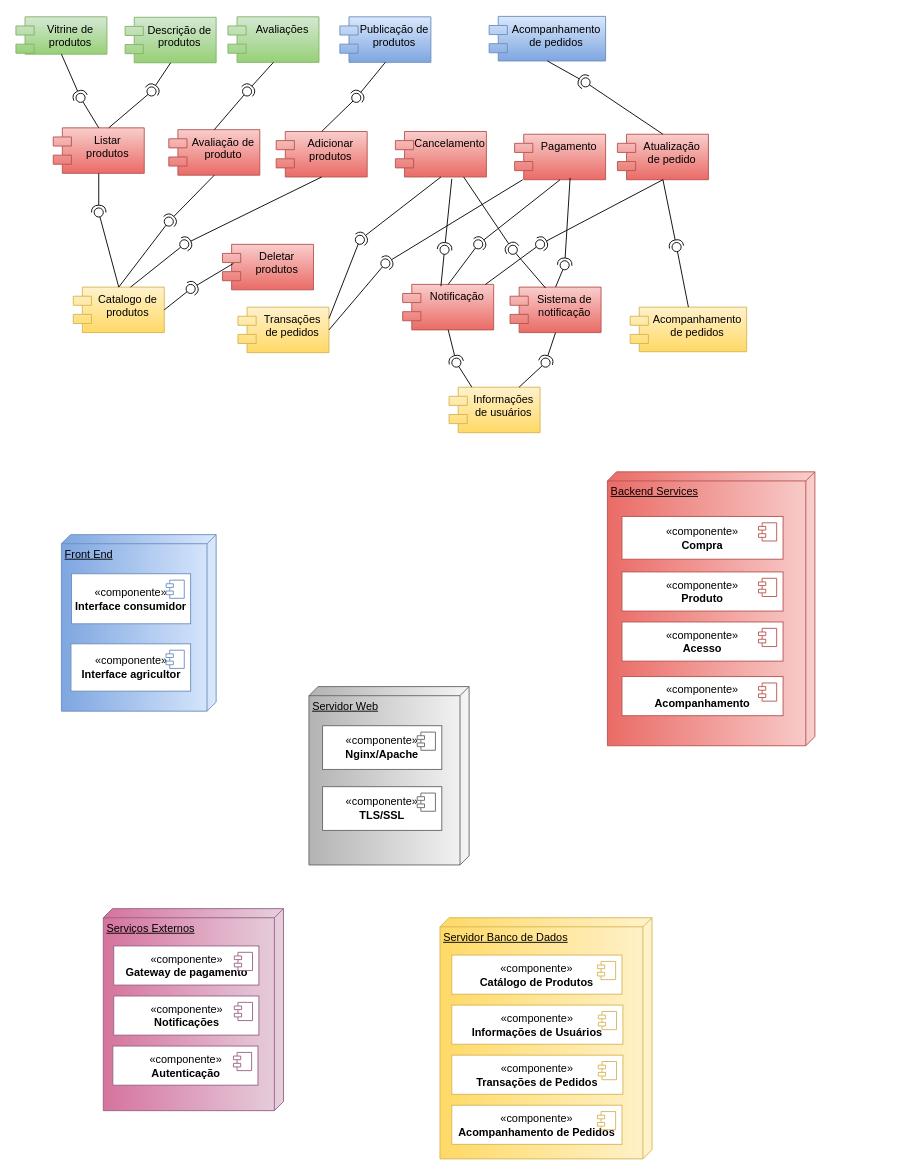
The draw.io diagram Diagrama sem nome.drawio in davimicale/Patinho-Feio-do-Legume, before the edit. Source tidied: cells renumbered, new cells numbered last; positions are measured from the earlier drawing's top-left corner, leaving out a move shared by most shapes. Both pictures are drawn from the tidied source at 91%, with x=0, y=0 at pixel (15, 15).
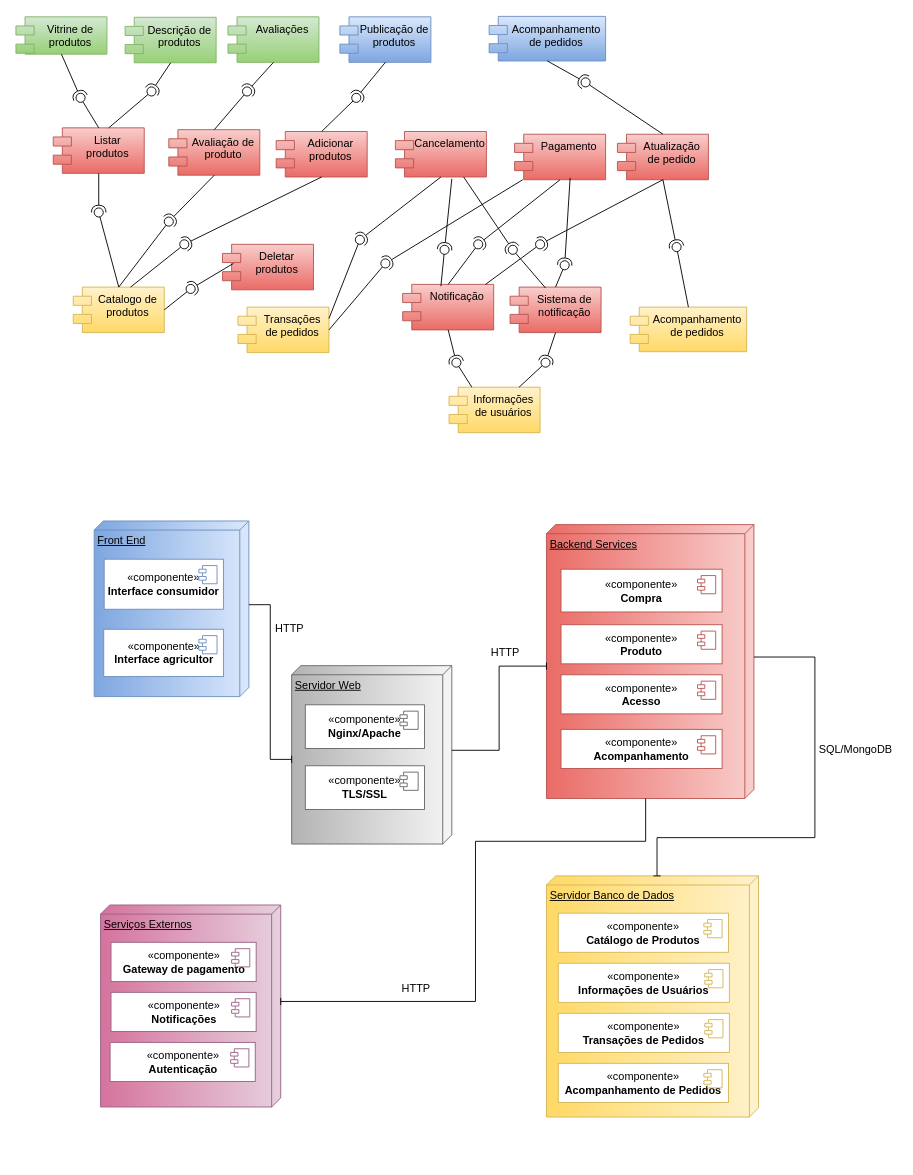
Above is the later version.

The edit, as a diff of the source:
```diff
@@
     <mxCell id="77" value="Front End" style="verticalAlign=top;align=left;spacingTop=8;spacingLeft=2;spacingRight=12;shape=cube;size=10;direction=south;fontStyle=4;html=1;whiteSpace=wrap;fillColor=#dae8fc;gradientColor=#7ea6e0;strokeColor=#6C8EBF;" parent="1" vertex="1">
-      <mxGeometry x="50" y="570" width="170" height="194" as="geometry" />
+      <mxGeometry x="86" y="555" width="170" height="193" as="geometry" />
     </mxCell>
     <mxCell id="78" value="Servidor Web" style="verticalAlign=top;align=left;spacingTop=8;spacingLeft=2;spacingRight=12;shape=cube;size=10;direction=south;fontStyle=4;html=1;whiteSpace=wrap;fillColor=#f5f5f5;gradientColor=#b3b3b3;strokeColor=#666666;" parent="1" vertex="1">
-      <mxGeometry x="322" y="737" width="176" height="196" as="geometry" />
+      <mxGeometry x="303" y="714" width="176" height="196" as="geometry" />
     </mxCell>
     <mxCell id="79" value="Backend Services&lt;div&gt;&lt;br&gt;&lt;/div&gt;" style="verticalAlign=top;align=left;spacingTop=8;spacingLeft=2;spacingRight=12;shape=cube;size=10;direction=south;fontStyle=4;html=1;whiteSpace=wrap;fillColor=#f8cecc;strokeColor=#b85450;gradientColor=#ea6b66;" parent="1" vertex="1">
-      <mxGeometry x="650" y="501" width="228" height="301" as="geometry" />
+      <mxGeometry x="583" y="559" width="228" height="301" as="geometry" />
     </mxCell>
     <mxCell id="80" value="Servidor Banco de Dados" style="verticalAlign=top;align=left;spacingTop=8;spacingLeft=2;spacingRight=12;shape=cube;size=10;direction=south;fontStyle=4;html=1;whiteSpace=wrap;fillColor=#fff2cc;gradientColor=#ffd966;strokeColor=#D6B656;" parent="1" vertex="1">
-      <mxGeometry x="466" y="991" width="233" height="265" as="geometry" />
+      <mxGeometry x="583" y="945" width="233" height="265" as="geometry" />
     </mxCell>
     <mxCell id="81" value="Serviços Externos" style="verticalAlign=top;align=left;spacingTop=8;spacingLeft=2;spacingRight=12;shape=cube;size=10;direction=south;fontStyle=4;html=1;whiteSpace=wrap;fillColor=#e6d0de;strokeColor=#996185;gradientColor=#d5739d;" parent="1" vertex="1">
-      <mxGeometry x="96" y="981" width="198" height="222" as="geometry" />
+      <mxGeometry x="93" y="977" width="198" height="222" as="geometry" />
     </mxCell>
     <mxCell id="82" value="«componente»&lt;br&gt;&lt;b&gt;Interface consumidor&lt;/b&gt;" style="html=1;whiteSpace=wrap;strokeColor=#6C8EBF;" parent="1" vertex="1">
-      <mxGeometry x="61" y="613" width="131" height="55" as="geometry" />
+      <mxGeometry x="97" y="597" width="131" height="55" as="geometry" />
     </mxCell>
@@
     <mxCell id="84" value="«componente»&lt;br&gt;&lt;b&gt;Interface agricultor&lt;/b&gt;" style="html=1;whiteSpace=wrap;strokeColor=#6C8EBF;" parent="1" vertex="1">
-      <mxGeometry x="60.5" y="690" width="131.5" height="52" as="geometry" />
+      <mxGeometry x="96.5" y="674" width="131.5" height="52" as="geometry" />
     </mxCell>
@@
     <mxCell id="86" value="«componente»&lt;br&gt;&lt;b&gt;Compra&lt;/b&gt;" style="html=1;whiteSpace=wrap;strokeColor=#B85450;" parent="1" vertex="1">
-      <mxGeometry x="666" y="550" width="177" height="47" as="geometry" />
+      <mxGeometry x="599" y="608" width="177" height="47" as="geometry" />
     </mxCell>
@@
     <mxCell id="88" value="«componente»&lt;br&gt;&lt;b&gt;Produto&lt;/b&gt;" style="html=1;whiteSpace=wrap;strokeColor=#B85450;" parent="1" vertex="1">
-      <mxGeometry x="666" y="611" width="177" height="43" as="geometry" />
+      <mxGeometry x="599" y="669" width="177" height="43" as="geometry" />
     </mxCell>
@@
     <mxCell id="90" value="«componente»&lt;br&gt;&lt;b&gt;Acesso&lt;/b&gt;" style="html=1;whiteSpace=wrap;strokeColor=#B85450;" parent="1" vertex="1">
-      <mxGeometry x="666" y="666" width="177" height="43" as="geometry" />
+      <mxGeometry x="599" y="724" width="177" height="43" as="geometry" />
     </mxCell>
@@
     <mxCell id="92" value="«componente»&lt;br&gt;&lt;b&gt;Acompanhamento&lt;/b&gt;" style="html=1;whiteSpace=wrap;strokeColor=#B85450;" parent="1" vertex="1">
-      <mxGeometry x="666" y="726" width="177" height="43" as="geometry" />
+      <mxGeometry x="599" y="784" width="177" height="43" as="geometry" />
     </mxCell>
@@
     <mxCell id="94" value="«componente»&lt;br&gt;&lt;b&gt;Catálogo de Produtos&lt;/b&gt;" style="html=1;whiteSpace=wrap;strokeColor=#D6B656;" parent="1" vertex="1">
-      <mxGeometry x="479" y="1032" width="187" height="43" as="geometry" />
+      <mxGeometry x="596" y="986" width="187" height="43" as="geometry" />
     </mxCell>
@@
     <mxCell id="96" value="«componente»&lt;br&gt;&lt;b&gt;Informações de Usuários&lt;/b&gt;" style="html=1;whiteSpace=wrap;strokeColor=#D6B656;" parent="1" vertex="1">
-      <mxGeometry x="479" y="1087" width="188" height="43" as="geometry" />
+      <mxGeometry x="596" y="1041" width="188" height="43" as="geometry" />
     </mxCell>
@@
     <mxCell id="98" value="«componente»&lt;br&gt;&lt;b&gt;Transações de Pedidos&lt;/b&gt;" style="html=1;whiteSpace=wrap;strokeColor=#D6B656;" parent="1" vertex="1">
-      <mxGeometry x="479" y="1142" width="188" height="43" as="geometry" />
+      <mxGeometry x="596" y="1096" width="188" height="43" as="geometry" />
     </mxCell>
@@
     <mxCell id="100" value="«componente»&lt;br&gt;&lt;b&gt;Acompanhamento de Pedidos&lt;/b&gt;" style="html=1;whiteSpace=wrap;strokeColor=#D6B656;" parent="1" vertex="1">
-      <mxGeometry x="479" y="1197" width="187" height="43" as="geometry" />
+      <mxGeometry x="596" y="1151" width="187" height="43" as="geometry" />
     </mxCell>
@@
     <mxCell id="102" value="«componente»&lt;br&gt;&lt;b&gt;Nginx/Apache&lt;/b&gt;" style="html=1;whiteSpace=wrap;strokeColor=#666666;" parent="1" vertex="1">
-      <mxGeometry x="337" y="780" width="131" height="48" as="geometry" />
+      <mxGeometry x="318" y="757" width="131" height="48" as="geometry" />
     </mxCell>
@@
     <mxCell id="104" value="«componente»&lt;br&gt;&lt;b&gt;TLS/SSL&lt;/b&gt;" style="html=1;whiteSpace=wrap;strokeColor=#666666;" parent="1" vertex="1">
-      <mxGeometry x="337" y="847" width="131" height="48" as="geometry" />
+      <mxGeometry x="318" y="824" width="131" height="48" as="geometry" />
     </mxCell>
@@
     <mxCell id="106" value="«componente»&lt;br&gt;&lt;b&gt;Gateway de pagamento&lt;/b&gt;" style="html=1;whiteSpace=wrap;strokeColor=#996185;" parent="1" vertex="1">
-      <mxGeometry x="107.5" y="1022" width="159.5" height="43" as="geometry" />
+      <mxGeometry x="104.5" y="1018" width="159.5" height="43" as="geometry" />
     </mxCell>
@@
     <mxCell id="108" value="«componente»&lt;br&gt;&lt;b&gt;Notificações&lt;/b&gt;" style="html=1;whiteSpace=wrap;strokeColor=#996185;" parent="1" vertex="1">
-      <mxGeometry x="107.5" y="1077" width="159.5" height="43" as="geometry" />
+      <mxGeometry x="104.5" y="1073" width="159.5" height="43" as="geometry" />
     </mxCell>
@@
     <mxCell id="110" value="«componente»&lt;br&gt;&lt;b&gt;Autenticação&lt;/b&gt;" style="html=1;whiteSpace=wrap;strokeColor=#996185;" parent="1" vertex="1">
-      <mxGeometry x="106.5" y="1132" width="159.5" height="43" as="geometry" />
+      <mxGeometry x="103.5" y="1128" width="159.5" height="43" as="geometry" />
     </mxCell>
@@
+    <mxCell id="112" style="edgeStyle=orthogonalEdgeStyle;rounded=0;jettySize=auto;html=1;exitX=0;exitY=0;exitDx=92;exitDy=0;exitPerimeter=0;entryX=0;entryY=0;entryDx=103;entryDy=176;entryPerimeter=0;endArrow=baseDash;endFill=0;" parent="1" edge="1" source="77" target="78">
+      <mxGeometry relative="1" as="geometry" />
+    </mxCell>
+    <mxCell id="113" style="edgeStyle=orthogonalEdgeStyle;rounded=0;jettySize=auto;html=1;exitX=0;exitY=0;exitDx=93;exitDy=0;exitPerimeter=0;entryX=0;entryY=0;entryDx=155.5;entryDy=228;entryPerimeter=0;endArrow=baseDash;endFill=0;" parent="1" edge="1" source="78" target="79">
+      <mxGeometry relative="1" as="geometry" />
+    </mxCell>
+    <mxCell id="114" style="edgeStyle=orthogonalEdgeStyle;rounded=0;jettySize=auto;html=1;exitX=0;exitY=0;exitDx=145.5;exitDy=0;exitPerimeter=0;entryX=0;entryY=0;entryDx=0;entryDy=111.5;entryPerimeter=0;endArrow=baseDash;endFill=0;" parent="1" edge="1" source="79" target="80">
+      <mxGeometry relative="1" as="geometry">
+        <Array as="points">
+          <mxPoint x="878" y="705" />
+          <mxPoint x="878" y="903" />
+          <mxPoint x="705" y="903" />
+        </Array>
+      </mxGeometry>
+    </mxCell>
+    <mxCell id="115" style="edgeStyle=orthogonalEdgeStyle;rounded=0;jettySize=auto;html=1;exitX=0;exitY=0;exitDx=301;exitDy=119;exitPerimeter=0;entryX=0;entryY=0;entryDx=106;entryDy=0;entryPerimeter=0;endArrow=baseDash;endFill=0;" parent="1" edge="1" source="79" target="81">
+      <mxGeometry relative="1" as="geometry">
+        <Array as="points">
+          <mxPoint x="692" y="907" />
+          <mxPoint x="505" y="907" />
+          <mxPoint x="505" y="1083" />
+        </Array>
+      </mxGeometry>
+    </mxCell>
+    <mxCell id="116" value="HTTP" style="text;strokeColor=none;align=center;fillColor=none;html=1;verticalAlign=middle;whiteSpace=wrap;rounded=0;" parent="1" vertex="1">
+      <mxGeometry x="395" y="1048" width="90" height="42" as="geometry" />
+    </mxCell>
+    <mxCell id="117" value="HTTP" style="text;strokeColor=none;align=center;fillColor=none;html=1;verticalAlign=middle;whiteSpace=wrap;rounded=0;" parent="1" vertex="1">
+      <mxGeometry x="256" y="652" width="90" height="42" as="geometry" />
+    </mxCell>
+    <mxCell id="118" value="HTTP" style="text;strokeColor=none;align=center;fillColor=none;html=1;verticalAlign=middle;whiteSpace=wrap;rounded=0;" parent="1" vertex="1">
+      <mxGeometry x="493" y="679" width="90" height="42" as="geometry" />
+    </mxCell>
+    <mxCell id="119" value="SQL/MongoDB" style="text;strokeColor=none;align=center;fillColor=none;html=1;verticalAlign=middle;whiteSpace=wrap;rounded=0;" parent="1" vertex="1">
+      <mxGeometry x="878" y="785" width="90" height="42" as="geometry" />
+    </mxCell>
```
